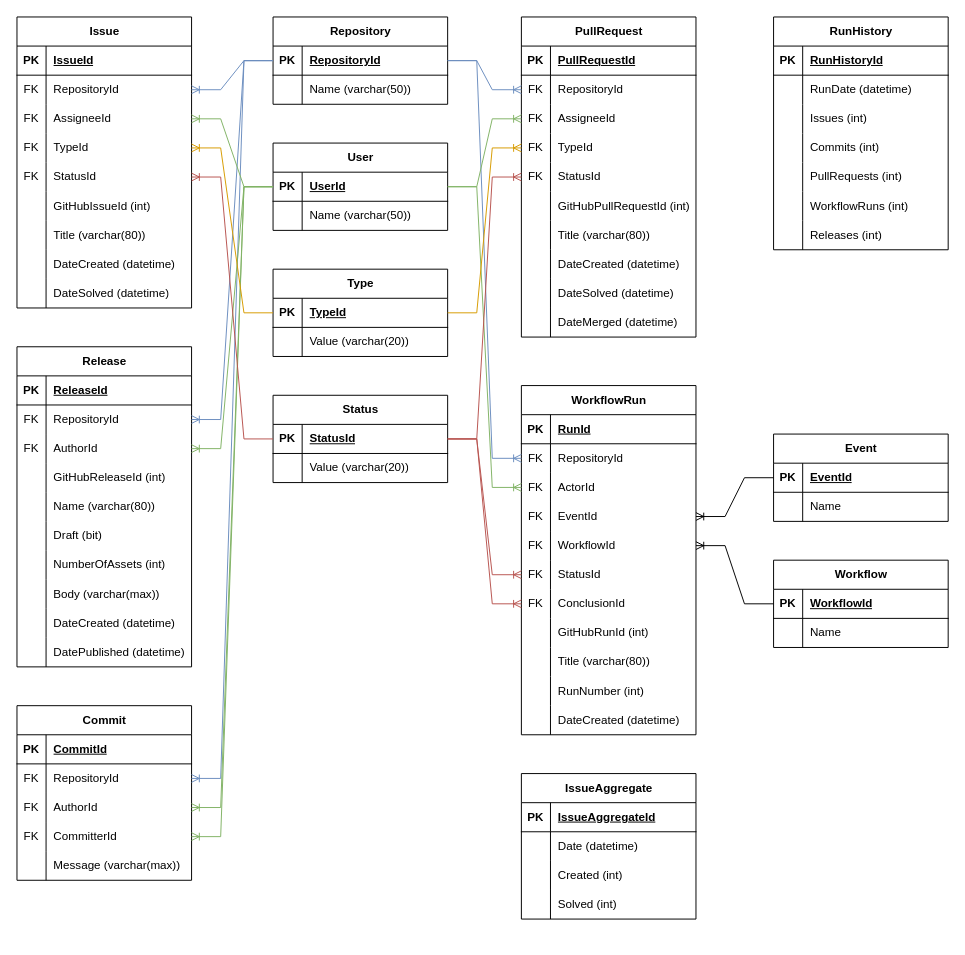
Earlier version of the draw.io diagram GitHub Scraper/Database ERD.drawio (LegendarySpork9/Other-Projects). Source tidied: cells renumbered, new cells numbered last; positions are measured from the earlier drawing's top-left corner, leaving out a move shared by most shapes. Both pictures are drawn from the tidied source at 97%, with x=0, y=0 at pixel (16, 16).
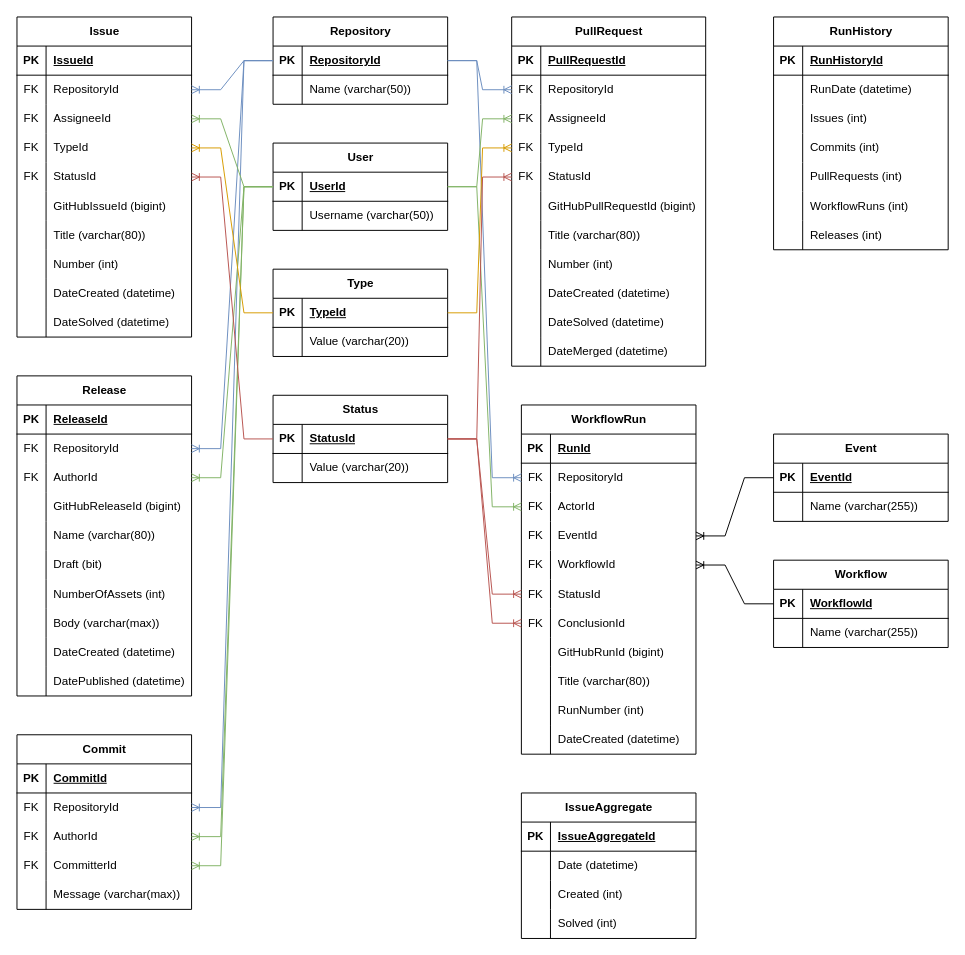
After the change.

Commit message (it also covers changes not shown here):
Database Script

Created the database generation script.

Altered the ERD to reflect some data type changes and new column additions.

The change refers to these unchanged cells:
```xml
<mxCell id="18" style="shape=tableRow;horizontal=0;startSize=0;swimlaneHead=0;swimlaneBody=0;fillColor=none;top=0;left=0;right=0;bottom=0;" parent="2" vertex="1">
  <mxGeometry y="180" width="180" height="30" as="geometry" />
</mxCell>
<mxCell id="34" style="shape=tableRow;horizontal=0;startSize=0;swimlaneHead=0;swimlaneBody=0;fillColor=none;top=0;left=0;right=0;bottom=0;" parent="30" vertex="1">
  <mxGeometry y="60" width="180" height="30" as="geometry" />
</mxCell>
<mxCell id="108" style="shape=tableRow;horizontal=0;startSize=0;swimlaneHead=0;swimlaneBody=0;fillColor=none;top=0;left=0;right=0;bottom=0;" parent="98" vertex="1">
  <mxGeometry y="120" width="180" height="30" as="geometry" />
</mxCell>
<mxCell id="151" style="shape=tableRow;horizontal=0;startSize=0;swimlaneHead=0;swimlaneBody=0;fillColor=none;top=0;left=0;right=0;bottom=0;" parent="129" vertex="1">
  <mxGeometry y="240" width="180" height="30" as="geometry" />
</mxCell>
<mxCell id="174" style="shape=tableRow;horizontal=0;startSize=0;swimlaneHead=0;swimlaneBody=0;fillColor=none;top=0;left=0;right=0;bottom=0;" parent="170" vertex="1">
  <mxGeometry y="60" width="180" height="30" as="geometry" />
</mxCell>
<mxCell id="181" style="shape=tableRow;horizontal=0;startSize=0;swimlaneHead=0;swimlaneBody=0;fillColor=none;top=0;left=0;right=0;bottom=0;" parent="177" vertex="1">
  <mxGeometry y="60" width="180" height="30" as="geometry" />
</mxCell>
```

The edit, as a diff of the source:
```diff
@@
     <mxCell id="2" value="Issue" style="shape=table;startSize=30;childLayout=tableLayout;rowLines=0;fontStyle=1;align=center;html=1;" parent="1" vertex="1">
-      <mxGeometry width="180" height="300" as="geometry" />
+      <mxGeometry width="180" height="330" as="geometry" />
     </mxCell>
@@
-    <mxCell id="20" value="GitHubIssueId (int)" style="shape=partialRectangle;fillColor=none;top=0;left=0;bottom=0;right=0;align=left;spacingLeft=6;overflow=hidden;whiteSpace=wrap;html=1;" parent="18" vertex="1">
+    <mxCell id="20" value="GitHubIssueId (bigint)" style="shape=partialRectangle;fillColor=none;top=0;left=0;bottom=0;right=0;align=left;spacingLeft=6;overflow=hidden;whiteSpace=wrap;html=1;" parent="18" vertex="1">
       <mxGeometry x="30" width="150" height="30" as="geometry" />
     </mxCell>
@@
+    <mxCell id="238" style="shape=tableRow;horizontal=0;startSize=0;swimlaneHead=0;swimlaneBody=0;fillColor=none;top=0;left=0;right=0;bottom=0;" parent="2" vertex="1">
+      <mxGeometry y="240" width="180" height="30" as="geometry" />
+    </mxCell>
+    <mxCell id="239" style="shape=partialRectangle;fillColor=none;top=0;left=0;bottom=0;right=0;overflow=hidden;whiteSpace=wrap;html=1;" parent="238" vertex="1">
+      <mxGeometry width="30" height="30" as="geometry" />
+    </mxCell>
+    <mxCell id="240" value="Number (int)" style="shape=partialRectangle;fillColor=none;top=0;left=0;bottom=0;right=0;align=left;spacingLeft=6;overflow=hidden;whiteSpace=wrap;html=1;" parent="238" vertex="1">
+      <mxGeometry x="30" width="150" height="30" as="geometry" />
+    </mxCell>
     <mxCell id="24" style="shape=tableRow;horizontal=0;startSize=0;swimlaneHead=0;swimlaneBody=0;fillColor=none;top=0;left=0;right=0;bottom=0;" parent="2" vertex="1">
-      <mxGeometry y="240" width="180" height="30" as="geometry" />
+      <mxGeometry y="270" width="180" height="30" as="geometry" />
     </mxCell>
@@
     <mxCell id="27" style="shape=tableRow;horizontal=0;startSize=0;swimlaneHead=0;swimlaneBody=0;fillColor=none;top=0;left=0;right=0;bottom=0;" parent="2" vertex="1">
-      <mxGeometry y="270" width="180" height="30" as="geometry" />
+      <mxGeometry y="300" width="180" height="30" as="geometry" />
     </mxCell>
@@
-    <mxCell id="36" value="Name (varchar(50))" style="shape=partialRectangle;fillColor=none;top=0;left=0;bottom=0;right=0;align=left;spacingLeft=6;overflow=hidden;whiteSpace=wrap;html=1;" parent="34" vertex="1">
+    <mxCell id="36" value="Username (varchar(50))" style="shape=partialRectangle;fillColor=none;top=0;left=0;bottom=0;right=0;align=left;spacingLeft=6;overflow=hidden;whiteSpace=wrap;html=1;" parent="34" vertex="1">
       <mxGeometry x="30" width="150" height="30" as="geometry" />
     </mxCell>
@@
     <mxCell id="51" value="PullRequest" style="shape=table;startSize=30;childLayout=tableLayout;rowLines=0;fontStyle=1;align=center;html=1;" parent="1" vertex="1">
-      <mxGeometry x="520" width="180" height="330" as="geometry" />
+      <mxGeometry x="510" width="200" height="360" as="geometry" />
     </mxCell>
     <mxCell id="52" style="shape=tableRow;horizontal=0;startSize=0;swimlaneHead=0;swimlaneBody=0;fillColor=none;top=0;left=0;right=0;bottom=1;" parent="51" vertex="1">
-      <mxGeometry y="30" width="180" height="30" as="geometry" />
+      <mxGeometry y="30" width="200" height="30" as="geometry" />
     </mxCell>
@@
     <mxCell id="54" value="PullRequestId" style="shape=partialRectangle;fillColor=none;top=0;left=0;bottom=0;right=0;align=left;spacingLeft=6;fontStyle=5;overflow=hidden;whiteSpace=wrap;html=1;" parent="52" vertex="1">
-      <mxGeometry x="30" width="150" height="30" as="geometry" />
+      <mxGeometry x="30" width="170" height="30" as="geometry" />
     </mxCell>
     <mxCell id="55" style="shape=tableRow;horizontal=0;startSize=0;swimlaneHead=0;swimlaneBody=0;fillColor=none;points=[[0,0.5],[1,0.5]];portConstraint=eastwest;top=0;left=0;right=0;bottom=0;" parent="51" vertex="1">
-      <mxGeometry y="60" width="180" height="30" as="geometry" />
+      <mxGeometry y="60" width="200" height="30" as="geometry" />
     </mxCell>
@@
     <mxCell id="57" value="RepositoryId" style="shape=partialRectangle;fillColor=none;top=0;left=0;bottom=0;right=0;align=left;spacingLeft=6;overflow=hidden;whiteSpace=wrap;html=1;" parent="55" vertex="1">
-      <mxGeometry x="30" width="150" height="30" as="geometry" />
+      <mxGeometry x="30" width="170" height="30" as="geometry" />
     </mxCell>
     <mxCell id="58" style="shape=tableRow;horizontal=0;startSize=0;swimlaneHead=0;swimlaneBody=0;fillColor=none;points=[[0,0.5],[1,0.5]];portConstraint=eastwest;top=0;left=0;right=0;bottom=0;" parent="51" vertex="1">
-      <mxGeometry y="90" width="180" height="30" as="geometry" />
+      <mxGeometry y="90" width="200" height="30" as="geometry" />
     </mxCell>
@@
     <mxCell id="60" value="AssigneeId" style="shape=partialRectangle;fillColor=none;top=0;left=0;bottom=0;right=0;align=left;spacingLeft=6;overflow=hidden;whiteSpace=wrap;html=1;" parent="58" vertex="1">
-      <mxGeometry x="30" width="150" height="30" as="geometry" />
+      <mxGeometry x="30" width="170" height="30" as="geometry" />
     </mxCell>
     <mxCell id="61" style="shape=tableRow;horizontal=0;startSize=0;swimlaneHead=0;swimlaneBody=0;fillColor=none;points=[[0,0.5],[1,0.5]];portConstraint=eastwest;top=0;left=0;right=0;bottom=0;" parent="51" vertex="1">
-      <mxGeometry y="120" width="180" height="30" as="geometry" />
+      <mxGeometry y="120" width="200" height="30" as="geometry" />
     </mxCell>
@@
     <mxCell id="63" value="TypeId" style="shape=partialRectangle;fillColor=none;top=0;left=0;bottom=0;right=0;align=left;spacingLeft=6;overflow=hidden;whiteSpace=wrap;html=1;" parent="61" vertex="1">
-      <mxGeometry x="30" width="150" height="30" as="geometry" />
+      <mxGeometry x="30" width="170" height="30" as="geometry" />
     </mxCell>
     <mxCell id="64" style="shape=tableRow;horizontal=0;startSize=0;swimlaneHead=0;swimlaneBody=0;fillColor=none;points=[[0,0.5],[1,0.5]];portConstraint=eastwest;top=0;left=0;right=0;bottom=0;" parent="51" vertex="1">
-      <mxGeometry y="150" width="180" height="30" as="geometry" />
+      <mxGeometry y="150" width="200" height="30" as="geometry" />
     </mxCell>
@@
     <mxCell id="66" value="StatusId" style="shape=partialRectangle;fillColor=none;top=0;left=0;bottom=0;right=0;align=left;spacingLeft=6;overflow=hidden;whiteSpace=wrap;html=1;" parent="64" vertex="1">
-      <mxGeometry x="30" width="150" height="30" as="geometry" />
+      <mxGeometry x="30" width="170" height="30" as="geometry" />
     </mxCell>
     <mxCell id="67" style="shape=tableRow;horizontal=0;startSize=0;swimlaneHead=0;swimlaneBody=0;fillColor=none;top=0;left=0;right=0;bottom=0;" parent="51" vertex="1">
-      <mxGeometry y="180" width="180" height="30" as="geometry" />
+      <mxGeometry y="180" width="200" height="30" as="geometry" />
     </mxCell>
@@
-    <mxCell id="69" value="GitHubPullRequestId&amp;nbsp;(int)" style="shape=partialRectangle;fillColor=none;top=0;left=0;bottom=0;right=0;align=left;spacingLeft=6;overflow=hidden;whiteSpace=wrap;html=1;" parent="67" vertex="1">
-      <mxGeometry x="30" width="150" height="30" as="geometry" />
+    <mxCell id="69" value="GitHubPullRequestId&amp;nbsp;(bigint)" style="shape=partialRectangle;fillColor=none;top=0;left=0;bottom=0;right=0;align=left;spacingLeft=6;overflow=hidden;whiteSpace=wrap;html=1;" parent="67" vertex="1">
+      <mxGeometry x="30" width="170" height="30" as="geometry" />
     </mxCell>
     <mxCell id="70" style="shape=tableRow;horizontal=0;startSize=0;swimlaneHead=0;swimlaneBody=0;fillColor=none;top=0;left=0;right=0;bottom=0;" parent="51" vertex="1">
-      <mxGeometry y="210" width="180" height="30" as="geometry" />
+      <mxGeometry y="210" width="200" height="30" as="geometry" />
     </mxCell>
@@
     <mxCell id="72" value="Title&amp;nbsp;(varchar(80))" style="shape=partialRectangle;fillColor=none;top=0;left=0;bottom=0;right=0;align=left;spacingLeft=6;overflow=hidden;whiteSpace=wrap;html=1;" parent="70" vertex="1">
-      <mxGeometry x="30" width="150" height="30" as="geometry" />
+      <mxGeometry x="30" width="170" height="30" as="geometry" />
     </mxCell>
+    <mxCell id="241" style="shape=tableRow;horizontal=0;startSize=0;swimlaneHead=0;swimlaneBody=0;fillColor=none;top=0;left=0;right=0;bottom=0;" parent="51" vertex="1">
+      <mxGeometry y="240" width="200" height="30" as="geometry" />
+    </mxCell>
+    <mxCell id="242" style="shape=partialRectangle;fillColor=none;top=0;left=0;bottom=0;right=0;overflow=hidden;whiteSpace=wrap;html=1;" parent="241" vertex="1">
+      <mxGeometry width="30" height="30" as="geometry" />
+    </mxCell>
+    <mxCell id="243" value="Number (int)" style="shape=partialRectangle;fillColor=none;top=0;left=0;bottom=0;right=0;align=left;spacingLeft=6;overflow=hidden;whiteSpace=wrap;html=1;" parent="241" vertex="1">
+      <mxGeometry x="30" width="170" height="30" as="geometry" />
+    </mxCell>
     <mxCell id="73" style="shape=tableRow;horizontal=0;startSize=0;swimlaneHead=0;swimlaneBody=0;fillColor=none;top=0;left=0;right=0;bottom=0;" parent="51" vertex="1">
-      <mxGeometry y="240" width="180" height="30" as="geometry" />
+      <mxGeometry y="270" width="200" height="30" as="geometry" />
     </mxCell>
@@
     <mxCell id="75" value="DateCreated&amp;nbsp;(datetime)" style="shape=partialRectangle;fillColor=none;top=0;left=0;bottom=0;right=0;align=left;spacingLeft=6;overflow=hidden;whiteSpace=wrap;html=1;" parent="73" vertex="1">
-      <mxGeometry x="30" width="150" height="30" as="geometry" />
+      <mxGeometry x="30" width="170" height="30" as="geometry" />
     </mxCell>
     <mxCell id="76" style="shape=tableRow;horizontal=0;startSize=0;swimlaneHead=0;swimlaneBody=0;fillColor=none;top=0;left=0;right=0;bottom=0;" parent="51" vertex="1">
-      <mxGeometry y="270" width="180" height="30" as="geometry" />
+      <mxGeometry y="300" width="200" height="30" as="geometry" />
     </mxCell>
@@
     <mxCell id="78" value="DateSolved&amp;nbsp;(datetime)" style="shape=partialRectangle;fillColor=none;top=0;left=0;bottom=0;right=0;align=left;spacingLeft=6;overflow=hidden;whiteSpace=wrap;html=1;" parent="76" vertex="1">
-      <mxGeometry x="30" width="150" height="30" as="geometry" />
+      <mxGeometry x="30" width="170" height="30" as="geometry" />
     </mxCell>
     <mxCell id="79" style="shape=tableRow;horizontal=0;startSize=0;swimlaneHead=0;swimlaneBody=0;fillColor=none;top=0;left=0;right=0;bottom=0;" parent="51" vertex="1">
-      <mxGeometry y="300" width="180" height="30" as="geometry" />
+      <mxGeometry y="330" width="200" height="30" as="geometry" />
     </mxCell>
@@
     <mxCell id="81" value="DateMerged&amp;nbsp;(datetime)" style="shape=partialRectangle;fillColor=none;top=0;left=0;bottom=0;right=0;align=left;spacingLeft=6;overflow=hidden;whiteSpace=wrap;html=1;" parent="79" vertex="1">
-      <mxGeometry x="30" width="150" height="30" as="geometry" />
+      <mxGeometry x="30" width="170" height="30" as="geometry" />
     </mxCell>
     <mxCell id="82" value="Commit" style="shape=table;startSize=30;childLayout=tableLayout;rowLines=0;fontStyle=1;align=center;html=1;" parent="1" vertex="1">
-      <mxGeometry y="710" width="180" height="180" as="geometry" />
+      <mxGeometry y="740" width="180" height="180" as="geometry" />
     </mxCell>
@@
     <mxCell id="98" value="Release" style="shape=table;startSize=30;childLayout=tableLayout;rowLines=0;fontStyle=1;align=center;html=1;" parent="1" vertex="1">
-      <mxGeometry y="340" width="180" height="330" as="geometry" />
+      <mxGeometry y="370" width="180" height="330" as="geometry" />
     </mxCell>
@@
-    <mxCell id="110" value="GitHubReleaseId&amp;nbsp;(int)" style="shape=partialRectangle;fillColor=none;top=0;left=0;bottom=0;right=0;align=left;spacingLeft=6;overflow=hidden;whiteSpace=wrap;html=1;" parent="108" vertex="1">
+    <mxCell id="110" value="GitHubReleaseId&amp;nbsp;(bigint)" style="shape=partialRectangle;fillColor=none;top=0;left=0;bottom=0;right=0;align=left;spacingLeft=6;overflow=hidden;whiteSpace=wrap;html=1;" parent="108" vertex="1">
       <mxGeometry x="30" width="150" height="30" as="geometry" />
     </mxCell>
@@
     <mxCell id="129" value="WorkflowRun" style="shape=table;startSize=30;childLayout=tableLayout;rowLines=0;fontStyle=1;align=center;html=1;" parent="1" vertex="1">
-      <mxGeometry x="520" y="380" width="180" height="360" as="geometry" />
+      <mxGeometry x="520" y="400" width="180" height="360" as="geometry" />
     </mxCell>
@@
-    <mxCell id="153" value="GitHubRunId&amp;nbsp;(int)" style="shape=partialRectangle;fillColor=none;top=0;left=0;bottom=0;right=0;align=left;spacingLeft=6;overflow=hidden;whiteSpace=wrap;html=1;" parent="151" vertex="1">
+    <mxCell id="153" value="GitHubRunId&amp;nbsp;(bigint)" style="shape=partialRectangle;fillColor=none;top=0;left=0;bottom=0;right=0;align=left;spacingLeft=6;overflow=hidden;whiteSpace=wrap;html=1;" parent="151" vertex="1">
       <mxGeometry x="30" width="150" height="30" as="geometry" />
     </mxCell>
@@
-    <mxCell id="176" value="Name" style="shape=partialRectangle;fillColor=none;top=0;left=0;bottom=0;right=0;align=left;spacingLeft=6;overflow=hidden;whiteSpace=wrap;html=1;" parent="174" vertex="1">
+    <mxCell id="176" value="Name (varchar(255))" style="shape=partialRectangle;fillColor=none;top=0;left=0;bottom=0;right=0;align=left;spacingLeft=6;overflow=hidden;whiteSpace=wrap;html=1;" parent="174" vertex="1">
       <mxGeometry x="30" width="150" height="30" as="geometry" />
     </mxCell>
@@
-    <mxCell id="183" value="Name" style="shape=partialRectangle;fillColor=none;top=0;left=0;bottom=0;right=0;align=left;spacingLeft=6;overflow=hidden;whiteSpace=wrap;html=1;" parent="181" vertex="1">
+    <mxCell id="183" value="Name (varchar(255))" style="shape=partialRectangle;fillColor=none;top=0;left=0;bottom=0;right=0;align=left;spacingLeft=6;overflow=hidden;whiteSpace=wrap;html=1;" parent="181" vertex="1">
       <mxGeometry x="30" width="150" height="30" as="geometry" />
     </mxCell>
@@
     <mxCell id="203" value="IssueAggregate" style="shape=table;startSize=30;childLayout=tableLayout;rowLines=0;fontStyle=1;align=center;html=1;" parent="1" vertex="1">
-      <mxGeometry x="520" y="780" width="180" height="150" as="geometry" />
+      <mxGeometry x="520" y="800" width="180" height="150" as="geometry" />
     </mxCell>
```
